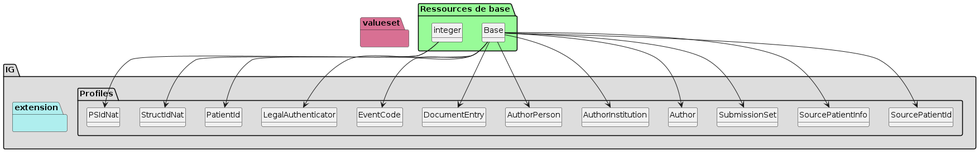
The PlantUML diagram add-info-dmp/plantuml/graph.png in ansforge/IG-FHIR-PDSM4DMP-EEDS, before a commit.
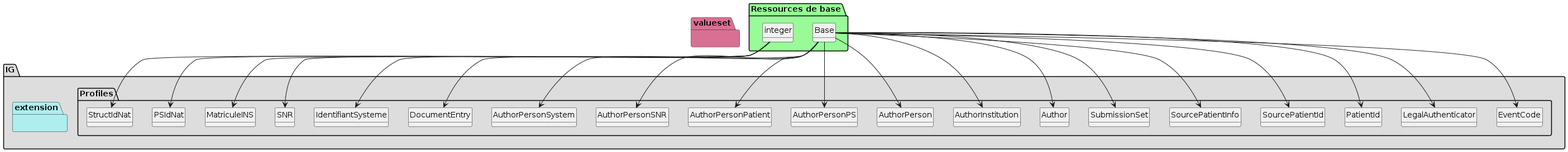
After the change.

What changed in the source:
```diff
@@ -34,6 +34,50 @@
              AuthorPerson.9 => [1..1]
              AuthorPerson.10 => [1..1]
              AuthorPerson.13 => [1..1]
+        }
+
+        class AuthorPersonPS{
+
+             AuthorPersonPS => [None..None]
+             AuthorPersonPS.1 => [1..1]
+             AuthorPersonPS.2 => [1..1]
+             AuthorPersonPS.3 => [1..1]
+             AuthorPersonPS.9 => [1..1]
+             AuthorPersonPS.10 => [1..1]
+             AuthorPersonPS.13 => [1..1]
+        }
+
+        class AuthorPersonPatient{
+
+             AuthorPersonPatient => [None..None]
+             AuthorPersonPatient.1 => [1..1]
+             AuthorPersonPatient.2 => [1..1]
+             AuthorPersonPatient.3 => [1..1]
+             AuthorPersonPatient.9 => [1..1]
+             AuthorPersonPatient.10 => [1..1]
+             AuthorPersonPatient.13 => [1..1]
+        }
+
+        class AuthorPersonSNR{
+
+             AuthorPersonSNR => [None..None]
+             AuthorPersonSNR.1 => [1..1]
+             AuthorPersonSNR.2 => [1..1]
+             AuthorPersonSNR.3 => [1..1]
+             AuthorPersonSNR.9 => [1..1]
+             AuthorPersonSNR.10 => [1..1]
+             AuthorPersonSNR.13 => [1..1]
+        }
+
+        class AuthorPersonSystem{
+
+             AuthorPersonSystem => [None..None]
+             AuthorPersonSystem.1 => [1..1]
+             AuthorPersonSystem.2 => [1..1]
+             AuthorPersonSystem.3 => [1..1]
+             AuthorPersonSystem.9 => [1..1]
+             AuthorPersonSystem.10 => [1..1]
+             AuthorPersonSystem.13 => [1..1]
         }
 
         class DocumentEntry{
@@ -81,6 +125,10 @@
              EventCode.eventCode => [1..1]
         }
 
+        class IdentifiantSysteme{
+
+        }
+
         class LegalAuthenticator{
 
              LegalAuthenticator => [None..None]
@@ -90,6 +138,10 @@
              LegalAuthenticator.9 => [1..1]
              LegalAuthenticator.10 => [1..1]
              LegalAuthenticator.13 => [1..1]
+        }
+
+        class MatriculeINS{
+
         }
 
         class PSIdNat{
@@ -102,6 +154,10 @@
              PatientId.1 => [1..1]
              PatientId.4 => [1..1]
              PatientId.5 => [1..1]
+        }
+
+        class SNR{
+
         }
 
         class SourcePatientId{
@@ -175,15 +231,39 @@
 
  class "Base" as  class095a1b43effec73955e31e790438de49
 
+    class095a1b43effec73955e31e790438de49 --> AuthorPersonPS
+
+ class "Base" as  class095a1b43effec73955e31e790438de49
+
+    class095a1b43effec73955e31e790438de49 --> AuthorPersonPatient
+
+ class "Base" as  class095a1b43effec73955e31e790438de49
+
+    class095a1b43effec73955e31e790438de49 --> AuthorPersonSNR
+
+ class "Base" as  class095a1b43effec73955e31e790438de49
+
+    class095a1b43effec73955e31e790438de49 --> AuthorPersonSystem
+
+ class "Base" as  class095a1b43effec73955e31e790438de49
+
     class095a1b43effec73955e31e790438de49 --> DocumentEntry
 
  class "Base" as  class095a1b43effec73955e31e790438de49
 
     class095a1b43effec73955e31e790438de49 --> EventCode
 
+ class "integer" as  class157db7df530023575515d366c9b672e8
+
+    class157db7df530023575515d366c9b672e8 --> IdentifiantSysteme
+
  class "Base" as  class095a1b43effec73955e31e790438de49
 
     class095a1b43effec73955e31e790438de49 --> LegalAuthenticator
+
+ class "integer" as  class157db7df530023575515d366c9b672e8
+
+    class157db7df530023575515d366c9b672e8 --> MatriculeINS
 
  class "integer" as  class157db7df530023575515d366c9b672e8
 
@@ -192,6 +272,10 @@
  class "Base" as  class095a1b43effec73955e31e790438de49
 
     class095a1b43effec73955e31e790438de49 --> PatientId
+
+ class "integer" as  class157db7df530023575515d366c9b672e8
+
+    class157db7df530023575515d366c9b672e8 --> SNR
 
  class "Base" as  class095a1b43effec73955e31e790438de49
 
```
